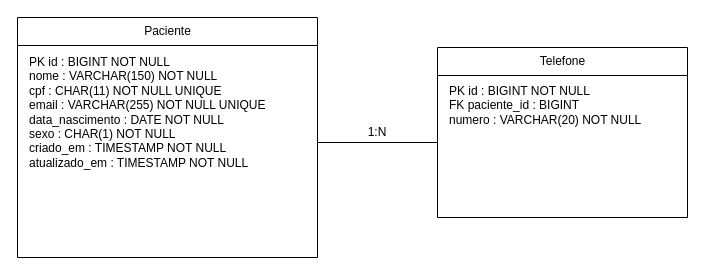
Earlier version of the draw.io diagram docs/bounded-contexts/pacientes/DER-pacientes.drawio (gulinagai/synaris). Source tidied: cells renumbered, new cells numbered last; positions are measured from the earlier drawing's top-left corner, leaving out a move shared by most shapes. Both pictures are drawn from the tidied source at 100%, with x=0, y=0 at pixel (17, 17).
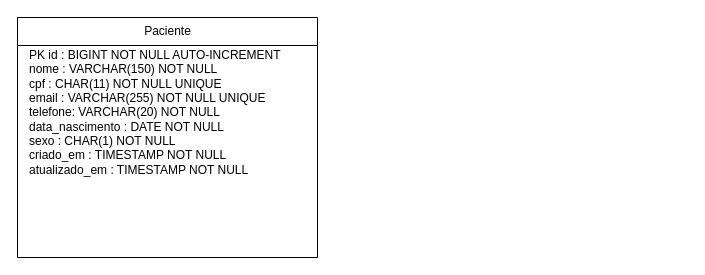
After the change.

Commit message (it also covers changes not shown here):
refactor(pacientes): move Telefone de Entity para Value Object

What changed in the source:
```diff
@@
 <mxGraphModel>
   <root>
     <mxCell id="0" />
     <mxCell id="1" parent="0" />
     <mxCell id="2" value="&lt;div&gt;Paciente&lt;/div&gt;" style="shape=swimlane;html=1;startSize=28;" parent="1" vertex="1">
       <mxGeometry width="300" height="240" as="geometry" />
     </mxCell>
-    <mxCell id="3" value="&lt;span style=&quot;white-space: nowrap;&quot;&gt;PK id : BIGINT NOT NULL&lt;/span&gt;&lt;br style=&quot;white-space: nowrap;&quot;&gt;&lt;span style=&quot;white-space: nowrap;&quot;&gt;nome : VARCHAR(150) NOT NULL&lt;/span&gt;&lt;br style=&quot;white-space: nowrap;&quot;&gt;&lt;span style=&quot;white-space: nowrap;&quot;&gt;cpf : CHAR(11) NOT NULL UNIQUE&amp;nbsp;&lt;/span&gt;&lt;br style=&quot;white-space: nowrap;&quot;&gt;&lt;span style=&quot;white-space: nowrap;&quot;&gt;email : VARCHAR(255) NOT NULL UNIQUE&lt;/span&gt;&lt;br style=&quot;white-space: nowrap;&quot;&gt;&lt;span style=&quot;white-space: nowrap;&quot;&gt;data_nascimento : DATE NOT NULL&lt;/span&gt;&lt;br style=&quot;white-space: nowrap;&quot;&gt;&lt;span style=&quot;white-space: nowrap;&quot;&gt;sexo : CHAR(1) NOT NULL&lt;/span&gt;&lt;br style=&quot;white-space: nowrap;&quot;&gt;&lt;span style=&quot;white-space: nowrap;&quot;&gt;criado_em : TIMESTAMP NOT NULL&lt;/span&gt;&lt;br style=&quot;white-space: nowrap;&quot;&gt;&lt;span style=&quot;white-space: nowrap;&quot;&gt;atualizado_em : TIMESTAMP NOT NULL&lt;/span&gt;" style="text;html=1;whiteSpace=wrap;strokeColor=none;fillColor=none;align=left;verticalAlign=middle;rounded=0;" parent="2" vertex="1">
+    <mxCell id="3" value="&lt;span style=&quot;white-space: nowrap;&quot;&gt;PK id : BIGINT NOT NULL AUTO-INCREMENT&lt;/span&gt;&lt;br style=&quot;white-space: nowrap;&quot;&gt;&lt;span style=&quot;white-space: nowrap;&quot;&gt;nome : VARCHAR(150) NOT NULL&lt;/span&gt;&lt;br style=&quot;white-space: nowrap;&quot;&gt;&lt;span style=&quot;white-space: nowrap;&quot;&gt;cpf : CHAR(11) NOT NULL UNIQUE&amp;nbsp;&lt;/span&gt;&lt;br style=&quot;white-space: nowrap;&quot;&gt;&lt;span style=&quot;white-space: nowrap;&quot;&gt;email : VARCHAR(255) NOT NULL UNIQUE&lt;br&gt;&lt;/span&gt;telefone: VARCHAR(20) NOT NULL &lt;span style=&quot;white-space: nowrap;&quot;&gt;data_nascimento : DATE NOT NULL&lt;/span&gt;&lt;br style=&quot;white-space: nowrap;&quot;&gt;&lt;span style=&quot;white-space: nowrap;&quot;&gt;sexo : CHAR(1) NOT NULL&lt;/span&gt;&lt;br style=&quot;white-space: nowrap;&quot;&gt;&lt;span style=&quot;white-space: nowrap;&quot;&gt;criado_em : TIMESTAMP NOT NULL&lt;/span&gt;&lt;br style=&quot;white-space: nowrap;&quot;&gt;&lt;span style=&quot;white-space: nowrap;&quot;&gt;atualizado_em : TIMESTAMP NOT NULL&lt;/span&gt;" style="text;html=1;whiteSpace=wrap;strokeColor=none;fillColor=none;align=left;verticalAlign=middle;rounded=0;" parent="2" vertex="1">
       <mxGeometry x="10" y="40" width="300" height="110" as="geometry" />
     </mxCell>
-    <mxCell id="4" value="Telefone" style="shape=swimlane;html=1;startSize=28;" parent="1" vertex="1">
-      <mxGeometry x="420" y="30" width="250" height="170" as="geometry" />
-    </mxCell>
-    <mxCell id="5" value="PK id : BIGINT NOT NULL&lt;br&gt;FK paciente_id : BIGINT&lt;br&gt;numero : VARCHAR(20) NOT NULL&lt;div&gt;&lt;br&gt;&lt;/div&gt;" style="text;whiteSpace=wrap;html=1;" parent="4" vertex="1">
-      <mxGeometry x="10" y="30" width="230" height="140" as="geometry" />
-    </mxCell>
-    <mxCell id="6" style="endArrow=none;html=1;" parent="1" edge="1">
-      <mxGeometry relative="1" as="geometry">
-        <mxPoint x="300" y="125" as="sourcePoint" />
-        <mxPoint x="420" y="125" as="targetPoint" />
-      </mxGeometry>
-    </mxCell>
-    <mxCell id="7" value="1:N" style="text;html=1;whiteSpace=wrap;strokeColor=none;fillColor=none;align=center;verticalAlign=middle;rounded=0;" parent="1" vertex="1">
-      <mxGeometry x="330" y="100" width="60" height="30" as="geometry" />
-    </mxCell>
   </root>
 </mxGraphModel>
```
